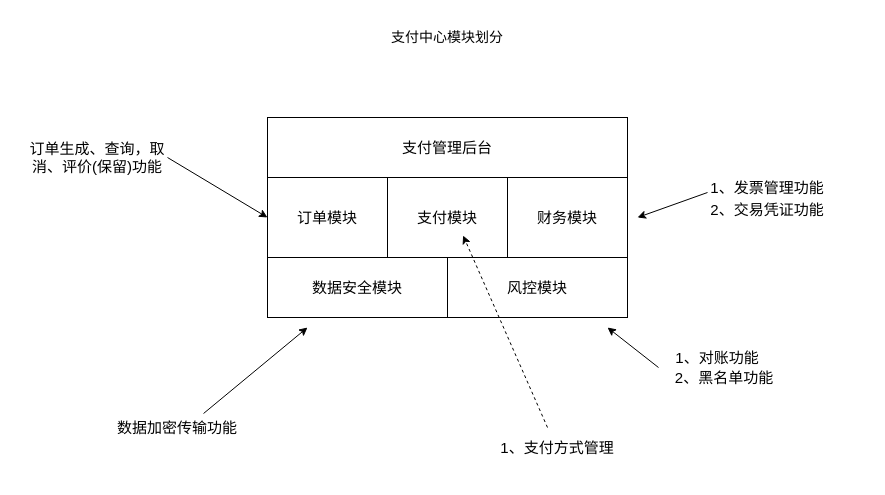
Earlier version of the draw.io diagram 支付中心.drawio (chenrushui/draw). Source tidied: cells renumbered, new cells numbered last; positions are measured from the earlier drawing's top-left corner, leaving out a move shared by most shapes. Both pictures are drawn from the tidied source at 100%, with x=0, y=0 at pixel (17, 27).
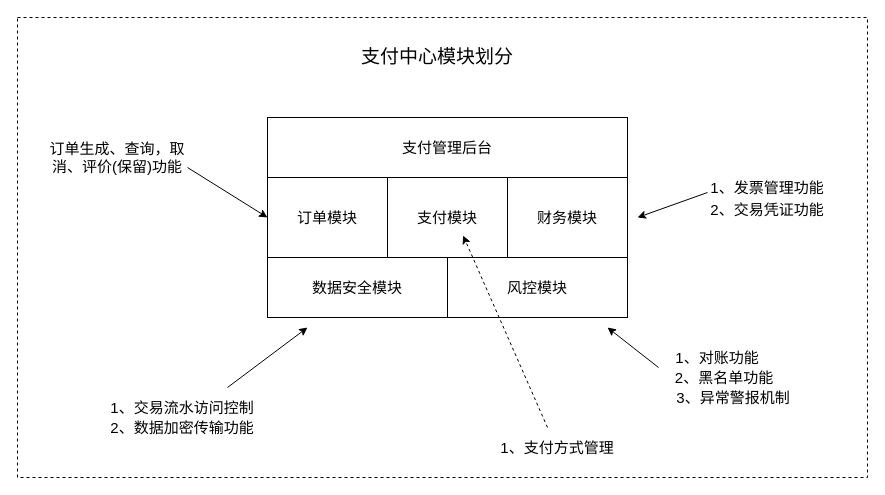
The same page after the edit.

Commit message (it also covers changes not shown here):
更新支付中心.drawio

The change refers to these unchanged cells:
```xml
<mxCell id="4" value="&lt;font style=&quot;font-size: 15px&quot;&gt;订单模块&lt;/font&gt;" style="rounded=0;whiteSpace=wrap;html=1;" parent="1" vertex="1">
  <mxGeometry x="250" y="150" width="120" height="80" as="geometry" />
</mxCell>
```

Diff of the diagram source:
```diff
@@
+    <mxCell id="21" style="rounded=0;whiteSpace=wrap;html=1;fontSize=15;dashed=1;" parent="1" vertex="1">
+      <mxGeometry y="-10" width="850" height="460" as="geometry" />
+    </mxCell>
@@
-    <mxCell id="7" value="&lt;font style=&quot;font-size: 14px&quot;&gt;支付中心模块划分&lt;/font&gt;" style="text;html=1;strokeColor=none;fillColor=none;align=center;verticalAlign=middle;whiteSpace=wrap;rounded=0;dashed=1;" parent="1" vertex="1">
-      <mxGeometry x="370" width="120" height="20" as="geometry" />
+    <mxCell id="7" value="&lt;font style=&quot;font-size: 19px;&quot;&gt;支付中心模块划分&lt;/font&gt;" style="text;html=1;strokeColor=none;fillColor=none;align=center;verticalAlign=middle;whiteSpace=wrap;rounded=0;dashed=1;fontSize=19;" parent="1" vertex="1">
+      <mxGeometry x="320" y="20" width="200" height="20" as="geometry" />
     </mxCell>
@@
-    <mxCell id="9" value="数据加密传输功能" style="text;html=1;strokeColor=none;fillColor=none;align=center;verticalAlign=middle;whiteSpace=wrap;rounded=0;fontSize=15;" parent="1" vertex="1">
-      <mxGeometry x="90" y="390" width="140" height="20" as="geometry" />
+    <mxCell id="9" value="2、数据加密传输功能" style="text;html=1;strokeColor=none;fillColor=none;align=center;verticalAlign=middle;whiteSpace=wrap;rounded=0;fontSize=15;" parent="1" vertex="1">
+      <mxGeometry x="90" y="390" width="150" height="20" as="geometry" />
     </mxCell>
@@
-    <mxCell id="15" style="endArrow=classic;html=1;fontSize=15;exitX=0.686;exitY=-0.2;exitDx=0;exitDy=0;exitPerimeter=0;" parent="1" edge="1" source="9">
+    <mxCell id="15" style="endArrow=classic;html=1;fontSize=15;" parent="1" edge="1">
       <mxGeometry relative="1" as="geometry">
+        <mxPoint x="210" y="360" as="sourcePoint" />
         <mxPoint x="290" y="300" as="targetPoint" />
       </mxGeometry>
     </mxCell>
@@
     <mxCell id="17" value="订单生成、查询，取消、评价(保留)功能" style="text;html=1;strokeColor=none;fillColor=none;align=center;verticalAlign=middle;whiteSpace=wrap;rounded=0;fontSize=15;" parent="1" vertex="1">
-      <mxGeometry y="120" width="160" height="20" as="geometry" />
+      <mxGeometry x="30" y="120" width="140" height="20" as="geometry" />
     </mxCell>
     <mxCell id="18" style="endArrow=classic;html=1;fontSize=15;entryX=0;entryY=0.5;entryDx=0;entryDy=0;" parent="1" edge="1" target="4">
       <mxGeometry relative="1" as="geometry">
-        <mxPoint x="150" y="130" as="sourcePoint" />
+        <mxPoint x="170" y="140" as="sourcePoint" />
       </mxGeometry>
     </mxCell>
@@
+    <mxCell id="22" value="1、交易流水访问控制" style="text;html=1;strokeColor=none;fillColor=none;align=center;verticalAlign=middle;whiteSpace=wrap;rounded=0;fontSize=15;" parent="1" vertex="1">
+      <mxGeometry x="90" y="370" width="150" height="20" as="geometry" />
+    </mxCell>
+    <mxCell id="23" value="3、异常警报机制" style="text;html=1;strokeColor=none;fillColor=none;align=center;verticalAlign=middle;whiteSpace=wrap;rounded=0;fontSize=15;" parent="1" vertex="1">
+      <mxGeometry x="652" y="360" width="128" height="20" as="geometry" />
+    </mxCell>
```
